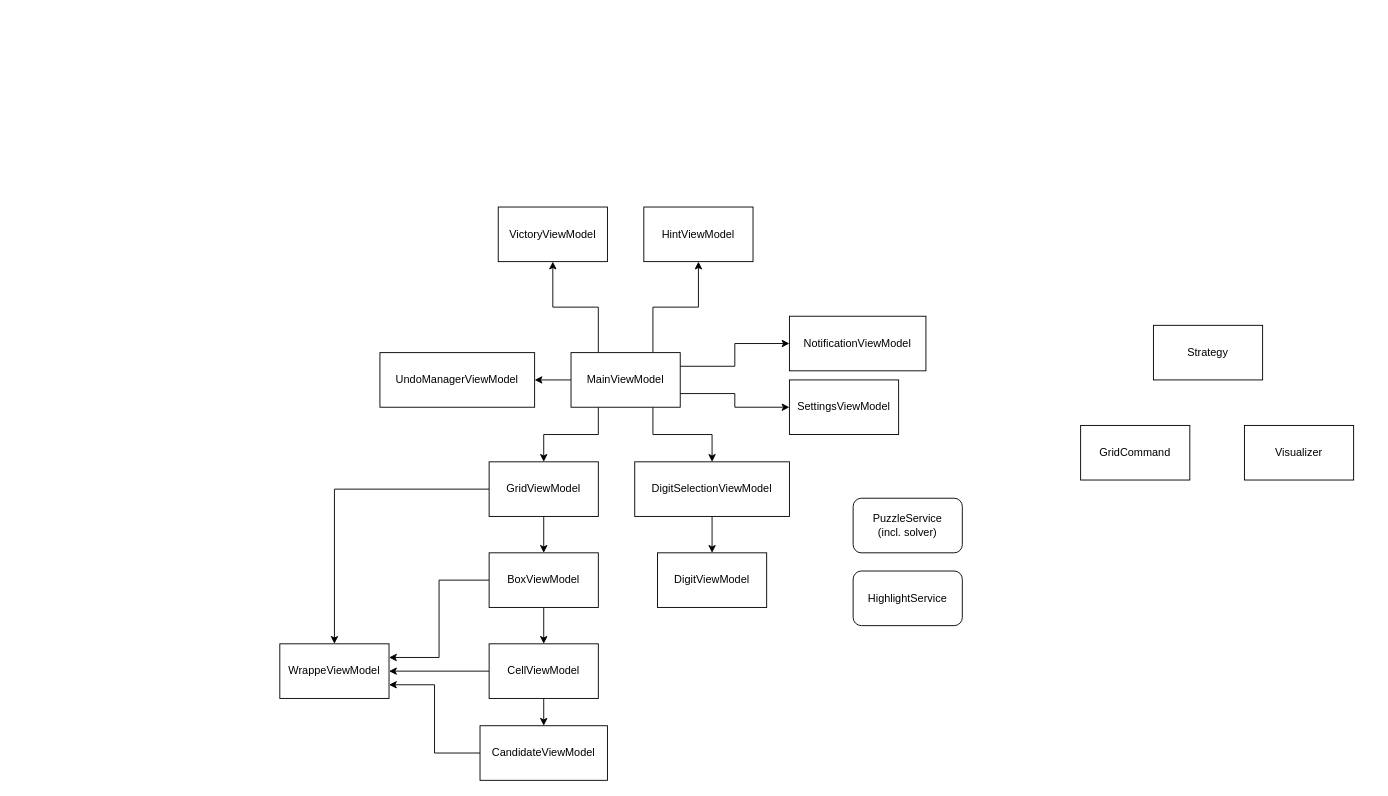
Earlier version of the draw.io diagram Documentation/Architecture.drawio (lycilph/SudokuSolver). Source tidied: cells renumbered, new cells numbered last; positions are measured from the earlier drawing's top-left corner, leaving out a move shared by most shapes. Both pictures are drawn from the tidied source at 91%, with x=0, y=0 at pixel (279, 207).
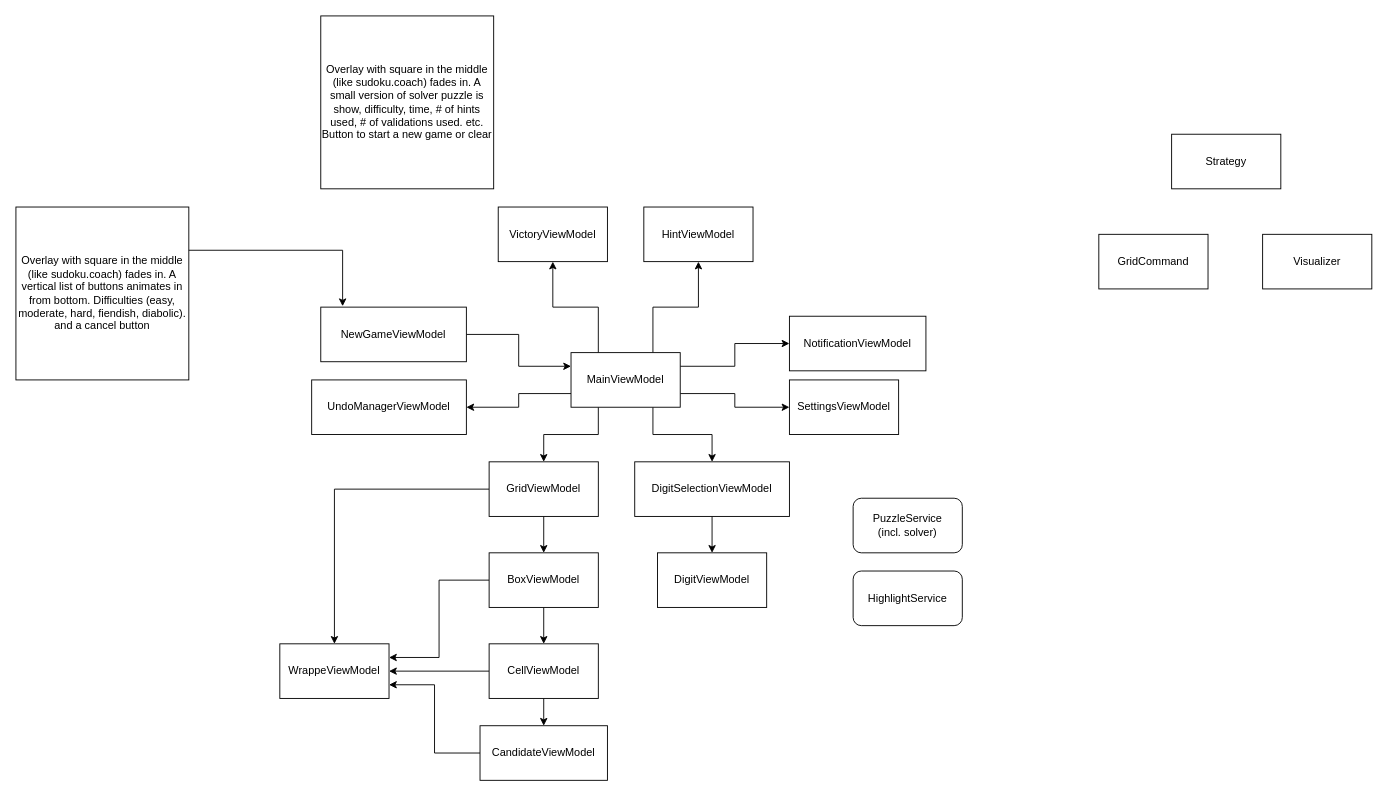
After the change.

The change refers to these unchanged cells:
```xml
<mxCell id="9" value="MainViewModel" style="rounded=0;whiteSpace=wrap;html=1;" parent="1" vertex="1">
  <mxGeometry x="320" y="160" width="120" height="60" as="geometry" />
</mxCell>
```

Change to the diagram source:
```diff
@@
-    <mxCell id="2" style="edgeStyle=orthogonalEdgeStyle;rounded=0;jettySize=auto;html=1;exitX=0;exitY=0.5;exitDx=0;exitDy=0;entryX=1;entryY=0.5;entryDx=0;entryDy=0;" parent="1" edge="1" source="9" target="24">
+    <mxCell id="2" style="edgeStyle=orthogonalEdgeStyle;rounded=0;jettySize=auto;html=1;exitX=0;exitY=0.75;exitDx=0;exitDy=0;entryX=1;entryY=0.5;entryDx=0;entryDy=0;" parent="1" edge="1" source="9" target="24">
       <mxGeometry relative="1" as="geometry" />
     </mxCell>
@@
     <mxCell id="24" value="UndoManagerViewModel" style="rounded=0;whiteSpace=wrap;html=1;" parent="1" vertex="1">
-      <mxGeometry x="110" y="160" width="170" height="60" as="geometry" />
+      <mxGeometry x="35" y="190" width="170" height="60" as="geometry" />
     </mxCell>
@@
     <mxCell id="31" value="Strategy" style="rounded=0;whiteSpace=wrap;html=1;" parent="1" vertex="1">
-      <mxGeometry x="960" y="130" width="120" height="60" as="geometry" />
+      <mxGeometry x="980" y="-80" width="120" height="60" as="geometry" />
     </mxCell>
     <mxCell id="32" value="GridCommand" style="rounded=0;whiteSpace=wrap;html=1;" parent="1" vertex="1">
-      <mxGeometry x="880" y="240" width="120" height="60" as="geometry" />
+      <mxGeometry x="900" y="30" width="120" height="60" as="geometry" />
     </mxCell>
     <mxCell id="33" value="Visualizer" style="rounded=0;whiteSpace=wrap;html=1;" parent="1" vertex="1">
-      <mxGeometry x="1060" y="240" width="120" height="60" as="geometry" />
+      <mxGeometry x="1080" y="30" width="120" height="60" as="geometry" />
     </mxCell>
@@
+    <mxCell id="35" style="edgeStyle=orthogonalEdgeStyle;rounded=0;jettySize=auto;html=1;exitX=1;exitY=0.5;exitDx=0;exitDy=0;entryX=0;entryY=0.25;entryDx=0;entryDy=0;" parent="1" edge="1" source="36" target="9">
+      <mxGeometry relative="1" as="geometry" />
+    </mxCell>
+    <mxCell id="36" value="NewGameViewModel" style="rounded=0;whiteSpace=wrap;html=1;" parent="1" vertex="1">
+      <mxGeometry x="45" y="110" width="160" height="60" as="geometry" />
+    </mxCell>
+    <mxCell id="37" value="Overlay with square in the middle (like sudoku.coach) fades in. A vertical list of buttons animates in from bottom. Difficulties (easy, moderate, hard, fiendish, diabolic). and a cancel button" style="whiteSpace=wrap;html=1;" parent="1" vertex="1">
+      <mxGeometry x="-290" width="190" height="190" as="geometry" />
+    </mxCell>
+    <mxCell id="38" style="edgeStyle=orthogonalEdgeStyle;rounded=0;jettySize=auto;html=1;exitX=1;exitY=0.25;exitDx=0;exitDy=0;entryX=0.15;entryY=-0.017;entryDx=0;entryDy=0;entryPerimeter=0;" parent="1" edge="1" source="37" target="36">
+      <mxGeometry relative="1" as="geometry" />
+    </mxCell>
+    <mxCell id="39" value="Overlay with square in the middle (like sudoku.coach) fades in. A small version of solver puzzle is show, difficulty, time, # of hints used, # of validations used. etc.&lt;div&gt;Button to start a new game or clear&lt;/div&gt;" style="whiteSpace=wrap;html=1;" parent="1" vertex="1">
+      <mxGeometry x="45" y="-210" width="190" height="190" as="geometry" />
+    </mxCell>
```
